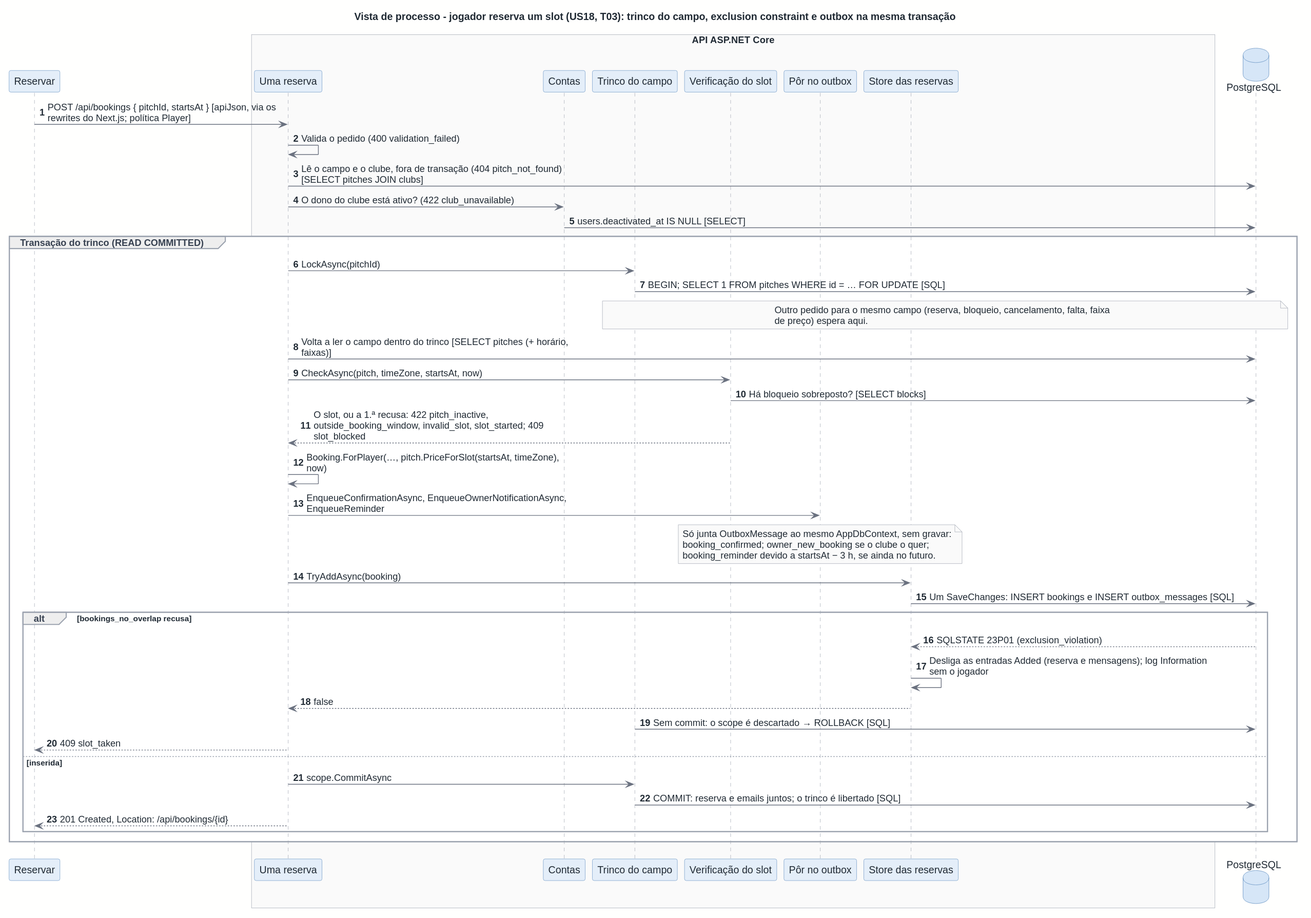
This is docs/architecture/out/process-book.svg from rodrigo4sousa/SportsEstablishments, a PlantUML export, as it was before one commit.
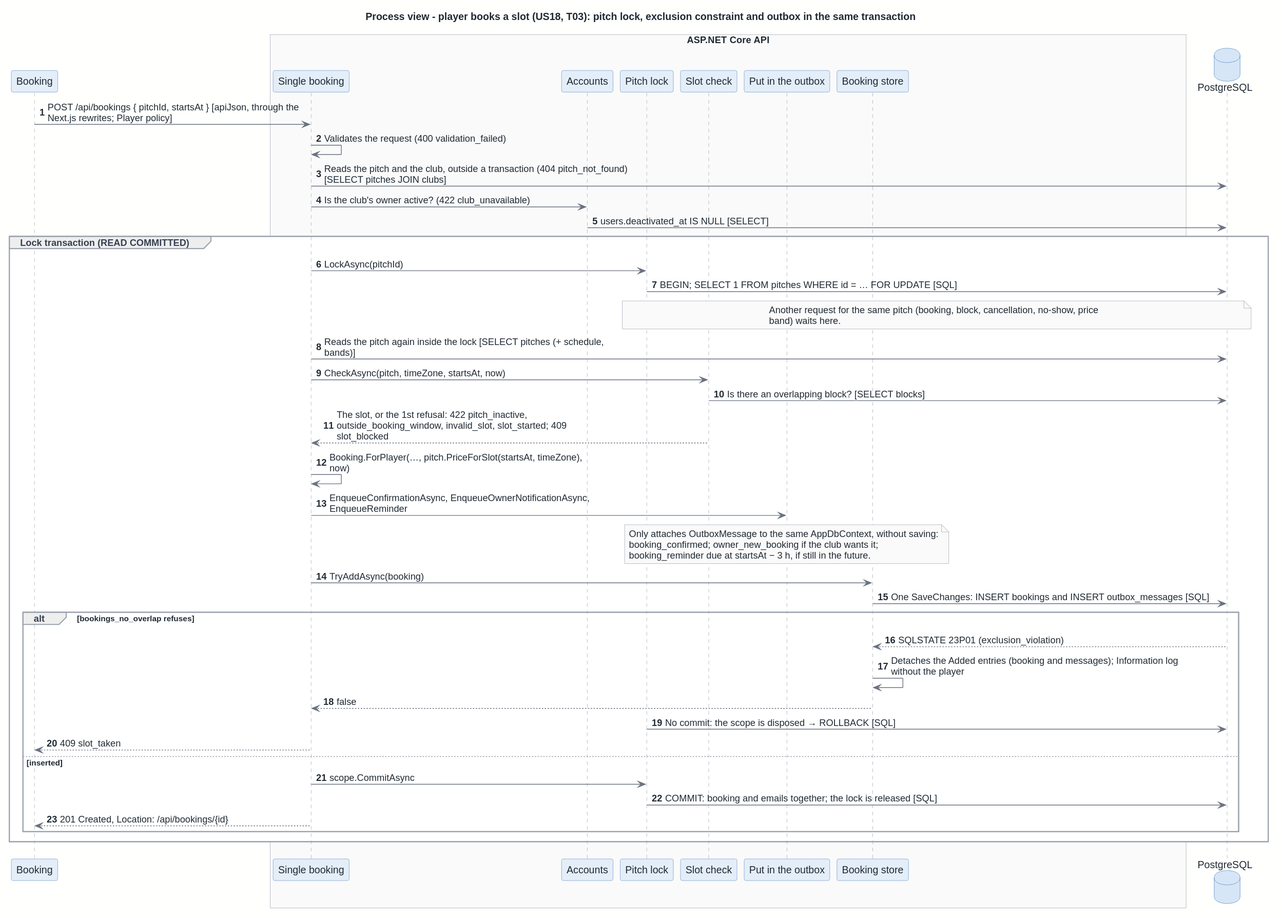
Later version of the same file.

Change to the diagram source:
```diff
@@ -1,48 +1,48 @@
 @startuml
 !include ../style.puml
 
-title Vista de processo - jogador reserva um slot (US18, T03): trinco do campo, exclusion constraint e outbox na mesma transação
+title Process view - player books a slot (US18, T03): pitch lock, exclusion constraint and outbox in the same transaction
 autonumber
 
-participant "Reservar" as WEB_F_BOOKING
-box "API ASP.NET Core"
-  participant "Uma reserva" as API_BOOK_SINGLE
-  participant "Contas" as API_AUTH_ACCOUNTS
-  participant "Trinco do campo" as CC_LOCK
-  participant "Verificação do slot" as CC_SLOTCHECK
-  participant "Pôr no outbox" as API_NOTIF_OUTBOX
-  participant "Store das reservas" as API_BOOK_STORE
+participant "Booking" as WEB_F_BOOKING
+box "ASP.NET Core API"
+  participant "Single booking" as API_BOOK_SINGLE
+  participant "Accounts" as API_AUTH_ACCOUNTS
+  participant "Pitch lock" as CC_LOCK
+  participant "Slot check" as CC_SLOTCHECK
+  participant "Put in the outbox" as API_NOTIF_OUTBOX
+  participant "Booking store" as API_BOOK_STORE
 end box
 database "PostgreSQL" as C_DB
 
-WEB_F_BOOKING -> API_BOOK_SINGLE : POST /api/bookings { pitchId, startsAt } [apiJson, via os\nrewrites do Next.js; política Player]
-API_BOOK_SINGLE -> API_BOOK_SINGLE : Valida o pedido (400 validation_failed)
-API_BOOK_SINGLE -> C_DB : Lê o campo e o clube, fora de transação (404 pitch_not_found)\n[SELECT pitches JOIN clubs]
-API_BOOK_SINGLE -> API_AUTH_ACCOUNTS : O dono do clube está ativo? (422 club_unavailable)
+WEB_F_BOOKING -> API_BOOK_SINGLE : POST /api/bookings { pitchId, startsAt } [apiJson, through the\nNext.js rewrites; Player policy]
+API_BOOK_SINGLE -> API_BOOK_SINGLE : Validates the request (400 validation_failed)
+API_BOOK_SINGLE -> C_DB : Reads the pitch and the club, outside a transaction (404 pitch_not_found)\n[SELECT pitches JOIN clubs]
+API_BOOK_SINGLE -> API_AUTH_ACCOUNTS : Is the club's owner active? (422 club_unavailable)
 API_AUTH_ACCOUNTS -> C_DB : users.deactivated_at IS NULL [SELECT]
 
-group Transação do trinco (READ COMMITTED)
+group Lock transaction (READ COMMITTED)
   API_BOOK_SINGLE -> CC_LOCK : LockAsync(pitchId)
   CC_LOCK -> C_DB : BEGIN; SELECT 1 FROM pitches WHERE id = … FOR UPDATE [SQL]
-  note over CC_LOCK, C_DB: Outro pedido para o mesmo campo (reserva, bloqueio, cancelamento, falta, faixa\nde preço) espera aqui.
-  API_BOOK_SINGLE -> C_DB : Volta a ler o campo dentro do trinco [SELECT pitches (+ horário,\nfaixas)]
+  note over CC_LOCK, C_DB: Another request for the same pitch (booking, block, cancellation, no-show, price\nband) waits here.
+  API_BOOK_SINGLE -> C_DB : Reads the pitch again inside the lock [SELECT pitches (+ schedule,\nbands)]
   API_BOOK_SINGLE -> CC_SLOTCHECK : CheckAsync(pitch, timeZone, startsAt, now)
-  CC_SLOTCHECK -> C_DB : Há bloqueio sobreposto? [SELECT blocks]
-  CC_SLOTCHECK --> API_BOOK_SINGLE : O slot, ou a 1.ª recusa: 422 pitch_inactive,\noutside_booking_window, invalid_slot, slot_started; 409\nslot_blocked
+  CC_SLOTCHECK -> C_DB : Is there an overlapping block? [SELECT blocks]
+  CC_SLOTCHECK --> API_BOOK_SINGLE : The slot, or the 1st refusal: 422 pitch_inactive,\noutside_booking_window, invalid_slot, slot_started; 409\nslot_blocked
   API_BOOK_SINGLE -> API_BOOK_SINGLE : Booking.ForPlayer(…, pitch.PriceForSlot(startsAt, timeZone),\nnow)
   API_BOOK_SINGLE -> API_NOTIF_OUTBOX : EnqueueConfirmationAsync, EnqueueOwnerNotificationAsync,\nEnqueueReminder
-  note over API_NOTIF_OUTBOX: Só junta OutboxMessage ao mesmo AppDbContext, sem gravar:\nbooking_confirmed; owner_new_booking se o clube o quer;\nbooking_reminder devido a startsAt − 3 h, se ainda no futuro.
+  note over API_NOTIF_OUTBOX: Only attaches OutboxMessage to the same AppDbContext, without saving:\nbooking_confirmed; owner_new_booking if the club wants it;\nbooking_reminder due at startsAt − 3 h, if still in the future.
   API_BOOK_SINGLE -> API_BOOK_STORE : TryAddAsync(booking)
-  API_BOOK_STORE -> C_DB : Um SaveChanges: INSERT bookings e INSERT outbox_messages [SQL]
-  alt bookings_no_overlap recusa
+  API_BOOK_STORE -> C_DB : One SaveChanges: INSERT bookings and INSERT outbox_messages [SQL]
+  alt bookings_no_overlap refuses
     C_DB --> API_BOOK_STORE : SQLSTATE 23P01 (exclusion_violation)
-    API_BOOK_STORE -> API_BOOK_STORE : Desliga as entradas Added (reserva e mensagens); log Information\nsem o jogador
+    API_BOOK_STORE -> API_BOOK_STORE : Detaches the Added entries (booking and messages); Information log\nwithout the player
     API_BOOK_STORE --> API_BOOK_SINGLE : false
-    CC_LOCK -> C_DB : Sem commit: o scope é descartado → ROLLBACK [SQL]
+    CC_LOCK -> C_DB : No commit: the scope is disposed → ROLLBACK [SQL]
     API_BOOK_SINGLE --> WEB_F_BOOKING : 409 slot_taken
-  else inserida
+  else inserted
     API_BOOK_SINGLE -> CC_LOCK : scope.CommitAsync
-    CC_LOCK -> C_DB : COMMIT: reserva e emails juntos; o trinco é libertado [SQL]
+    CC_LOCK -> C_DB : COMMIT: booking and emails together; the lock is released [SQL]
     API_BOOK_SINGLE --> WEB_F_BOOKING : 201 Created, Location: /api/bookings/{id}
   end
 end
```
